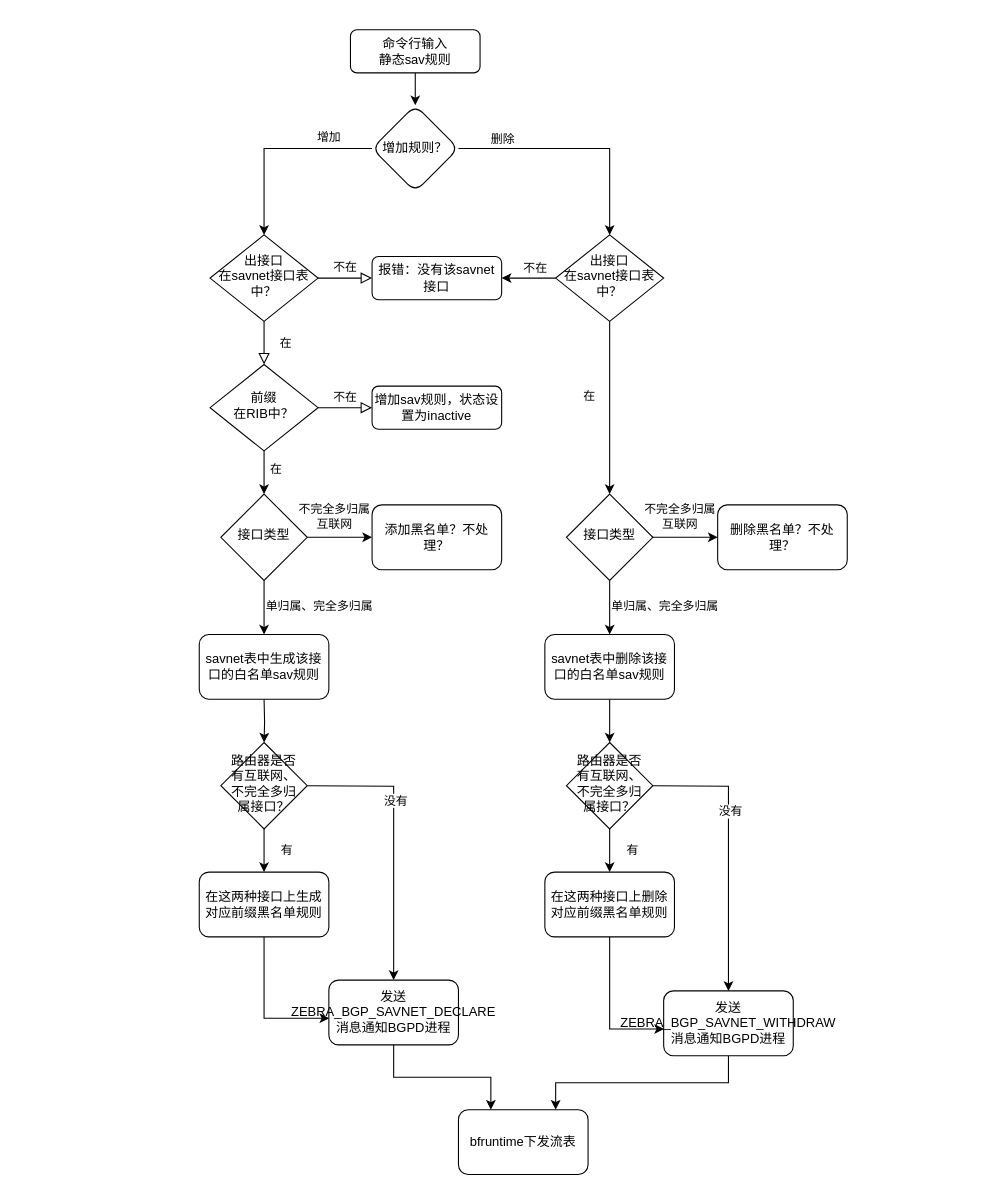
Earlier version of the draw.io diagram page "Page-1" (1 of 5) of 未命名绘图.drawio (Gxch2018/RDMA-Tutorial). Source tidied: cells renumbered, new cells numbered last; positions are measured from the earlier drawing's top-left corner, leaving out a move shared by most shapes. Both pictures are drawn from the tidied source at 108%, with x=0, y=0 at pixel (199, 29).
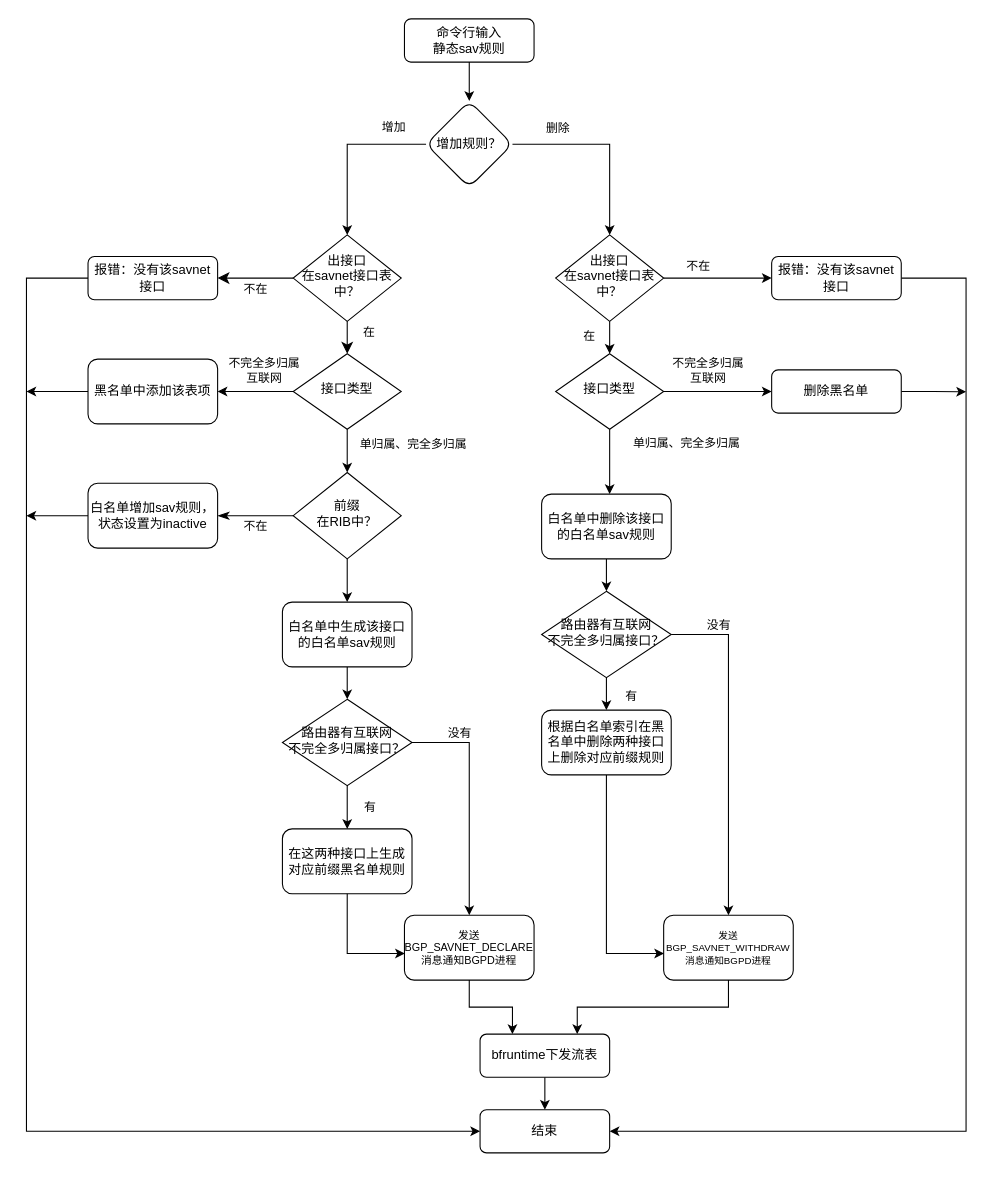
Above is the later version.

Commit message (it also covers changes not shown here):
更新未命名绘图.drawio

The change refers to these unchanged cells:
```xml
<mxCell id="14" style="edgeStyle=orthogonalEdgeStyle;rounded=0;jettySize=auto;html=1;entryX=0.5;entryY=0;entryDx=0;entryDy=0;" parent="1" edge="1" source="16" target="21">
  <mxGeometry relative="1" as="geometry" />
</mxCell>
<mxCell id="21" value="出接口&lt;br&gt;在savnet接口表中？" style="rhombus;whiteSpace=wrap;html=1;shadow=0;fontFamily=Helvetica;fontSize=12;align=center;strokeWidth=1;spacing=6;spacingTop=-4;" parent="1" vertex="1">
  <mxGeometry x="330" y="190" width="100" height="80" as="geometry" />
</mxCell>
```

The edit, as a diff of the source:
```diff
@@
-    <mxCell id="2" style="edgeStyle=orthogonalEdgeStyle;rounded=0;jettySize=auto;html=1;" parent="1" edge="1" source="3" target="16">
+    <mxCell id="2" style="edgeStyle=orthogonalEdgeStyle;rounded=0;jettySize=auto;html=1;exitX=0.5;exitY=1;exitDx=0;exitDy=0;" parent="1" edge="1" source="3" target="16">
       <mxGeometry relative="1" as="geometry" />
     </mxCell>
     <mxCell id="3" value="命令行输入&lt;br&gt;静态sav规则" style="rounded=1;whiteSpace=wrap;html=1;fontSize=12;glass=0;strokeWidth=1;shadow=0;" parent="1" vertex="1">
-      <mxGeometry x="140" width="120" height="40" as="geometry" />
+      <mxGeometry x="190" y="-10" width="120" height="40" as="geometry" />
     </mxCell>
-    <mxCell id="4" value="在" style="rounded=0;html=1;jettySize=auto;fontSize=11;endArrow=block;endFill=0;endSize=8;strokeWidth=1;shadow=0;labelBackgroundColor=none;edgeStyle=orthogonalEdgeStyle;" parent="1" edge="1" source="6" target="11">
-      <mxGeometry y="20" relative="1" as="geometry" />
+    <mxCell id="4" value="在" style="rounded=0;html=1;jettySize=auto;fontSize=11;endArrow=classic;endFill=1;endSize=8;strokeWidth=1;shadow=0;labelBackgroundColor=none;edgeStyle=orthogonalEdgeStyle;entryX=0.5;entryY=0;entryDx=0;entryDy=0;" parent="1" edge="1" source="6" target="26">
+      <mxGeometry x="0.2" y="20" relative="1" as="geometry" />
     </mxCell>
-    <mxCell id="5" value="不在" style="edgeStyle=orthogonalEdgeStyle;rounded=0;html=1;jettySize=auto;fontSize=11;endArrow=block;endFill=0;endSize=8;strokeWidth=1;shadow=0;labelBackgroundColor=none;" parent="1" edge="1" source="6" target="7">
+    <mxCell id="5" value="不在" style="edgeStyle=orthogonalEdgeStyle;rounded=0;html=1;jettySize=auto;fontSize=11;endArrow=classic;endFill=1;endSize=8;strokeWidth=1;shadow=0;labelBackgroundColor=none;" parent="1" edge="1" source="6" target="7">
       <mxGeometry y="10" relative="1" as="geometry" />
     </mxCell>
     <mxCell id="6" value="出接口&lt;br&gt;在savnet接口表中？" style="rhombus;whiteSpace=wrap;html=1;shadow=0;fontFamily=Helvetica;fontSize=12;align=center;strokeWidth=1;spacing=6;spacingTop=-4;" parent="1" vertex="1">
-      <mxGeometry x="10" y="190" width="100" height="80" as="geometry" />
+      <mxGeometry x="87" y="190" width="100" height="80" as="geometry" />
     </mxCell>
     <mxCell id="7" value="报错：没有该savnet接口" style="rounded=1;whiteSpace=wrap;html=1;fontSize=12;glass=0;strokeWidth=1;shadow=0;" parent="1" vertex="1">
-      <mxGeometry x="160" y="210" width="120" height="40" as="geometry" />
+      <mxGeometry x="-103" y="210" width="120" height="40" as="geometry" />
     </mxCell>
-    <mxCell id="8" value="不在" style="edgeStyle=orthogonalEdgeStyle;rounded=0;html=1;jettySize=auto;fontSize=11;endArrow=block;endFill=0;endSize=8;strokeWidth=1;shadow=0;labelBackgroundColor=none;" parent="1" edge="1" source="11" target="12">
-      <mxGeometry y="10" relative="1" as="geometry" />
-    </mxCell>
-    <mxCell id="9" style="edgeStyle=orthogonalEdgeStyle;rounded=0;jettySize=auto;html=1;" parent="1" edge="1" source="11" target="26">
-      <mxGeometry relative="1" as="geometry" />
-    </mxCell>
-    <mxCell id="10" value="在" style="edgeLabel;html=1;align=center;verticalAlign=middle;" parent="9" vertex="1">
-      <mxGeometry x="-0.19" y="3" relative="1" as="geometry">
-        <mxPoint x="7" as="offset" />
-      </mxGeometry>
-    </mxCell>
-    <mxCell id="11" value="前缀&lt;br&gt;在RIB中？" style="rhombus;whiteSpace=wrap;html=1;shadow=0;fontFamily=Helvetica;fontSize=12;align=center;strokeWidth=1;spacing=6;spacingTop=-4;" parent="1" vertex="1">
-      <mxGeometry x="10" y="310" width="100" height="80" as="geometry" />
-    </mxCell>
-    <mxCell id="12" value="增加sav规则，状态设置为inactive" style="rounded=1;whiteSpace=wrap;html=1;fontSize=12;glass=0;strokeWidth=1;shadow=0;" parent="1" vertex="1">
-      <mxGeometry x="160" y="330" width="120" height="40" as="geometry" />
-    </mxCell>
     <mxCell id="13" value="增加" style="edgeStyle=orthogonalEdgeStyle;rounded=0;jettySize=auto;html=1;entryX=0.5;entryY=0;entryDx=0;entryDy=0;" parent="1" edge="1" source="16" target="6">
-      <mxGeometry x="-0.56" y="-10" relative="1" as="geometry" />
+      <mxGeometry x="-0.62" y="-16" relative="1" as="geometry" />
     </mxCell>
@@
     <mxCell id="15" value="删除" style="edgeLabel;html=1;align=center;verticalAlign=middle;" parent="14" vertex="1">
       <mxGeometry x="-0.04" y="1" relative="1" as="geometry">
-        <mxPoint x="-66" y="-9" as="offset" />
+        <mxPoint x="-43" y="-15" as="offset" />
       </mxGeometry>
     </mxCell>
     <mxCell id="16" value="增加规则？" style="rhombus;whiteSpace=wrap;html=1;rounded=1;glass=0;strokeWidth=1;shadow=0;" parent="1" vertex="1">
-      <mxGeometry x="160" y="70" width="80" height="80" as="geometry" />
+      <mxGeometry x="210" y="66" width="80" height="80" as="geometry" />
     </mxCell>
-    <mxCell id="17" style="edgeStyle=orthogonalEdgeStyle;rounded=0;jettySize=auto;html=1;" parent="1" edge="1" source="21" target="7">
+    <mxCell id="17" style="edgeStyle=orthogonalEdgeStyle;rounded=0;jettySize=auto;html=1;exitX=1;exitY=0.5;exitDx=0;exitDy=0;entryX=0;entryY=0.5;entryDx=0;entryDy=0;" parent="1" edge="1" source="21" target="64">
       <mxGeometry relative="1" as="geometry" />
     </mxCell>
@@
-    <mxCell id="22" style="edgeStyle=orthogonalEdgeStyle;rounded=0;jettySize=auto;html=1;" parent="1" edge="1" source="26">
-      <mxGeometry relative="1" as="geometry">
-        <mxPoint x="160" y="470" as="targetPoint" />
-      </mxGeometry>
+    <mxCell id="22" style="edgeStyle=orthogonalEdgeStyle;rounded=0;jettySize=auto;html=1;entryX=1;entryY=0.5;entryDx=0;entryDy=0;" parent="1" edge="1" source="26" target="33">
+      <mxGeometry relative="1" as="geometry" />
     </mxCell>
@@
-    <mxCell id="24" style="edgeStyle=orthogonalEdgeStyle;rounded=0;jettySize=auto;html=1;" parent="1" edge="1" source="26">
-      <mxGeometry relative="1" as="geometry">
-        <mxPoint x="60" y="560" as="targetPoint" />
-      </mxGeometry>
+    <mxCell id="24" style="edgeStyle=orthogonalEdgeStyle;rounded=0;jettySize=auto;html=1;" parent="1" edge="1" source="26" target="11">
+      <mxGeometry relative="1" as="geometry" />
     </mxCell>
     <mxCell id="25" value="单归属、完全多归属" style="edgeLabel;html=1;align=center;verticalAlign=middle;" parent="24" vertex="1">
-      <mxGeometry x="-0.07" relative="1" as="geometry">
-        <mxPoint x="50" as="offset" />
+      <mxGeometry relative="1" as="geometry">
+        <mxPoint x="60" y="-7" as="offset" />
       </mxGeometry>
     </mxCell>
     <mxCell id="26" value="接口类型" style="rhombus;whiteSpace=wrap;html=1;shadow=0;strokeWidth=1;spacing=6;spacingTop=-4;" parent="1" vertex="1">
-      <mxGeometry x="20" y="430" width="80" height="80" as="geometry" />
+      <mxGeometry x="87" y="300" width="100" height="70" as="geometry" />
     </mxCell>
-    <mxCell id="27" style="edgeStyle=orthogonalEdgeStyle;rounded=0;jettySize=auto;html=1;" parent="1" edge="1" target="32">
-      <mxGeometry relative="1" as="geometry">
-        <mxPoint x="60" y="620" as="sourcePoint" />
-      </mxGeometry>
+    <mxCell id="27" style="edgeStyle=orthogonalEdgeStyle;rounded=0;jettySize=auto;html=1;exitX=0.5;exitY=1;exitDx=0;exitDy=0;" parent="1" edge="1" source="34" target="32">
+      <mxGeometry relative="1" as="geometry" />
     </mxCell>
-    <mxCell id="28" style="edgeStyle=orthogonalEdgeStyle;rounded=0;jettySize=auto;html=1;" parent="1" edge="1" source="32">
-      <mxGeometry relative="1" as="geometry">
-        <mxPoint x="60" y="780" as="targetPoint" />
-      </mxGeometry>
+    <mxCell id="28" style="edgeStyle=orthogonalEdgeStyle;rounded=0;jettySize=auto;html=1;" parent="1" edge="1" source="32" target="35">
+      <mxGeometry relative="1" as="geometry" />
     </mxCell>
@@
-    <mxCell id="30" style="edgeStyle=orthogonalEdgeStyle;rounded=0;jettySize=auto;html=1;entryX=0.5;entryY=0;entryDx=0;entryDy=0;" parent="1" edge="1" target="37">
-      <mxGeometry relative="1" as="geometry">
-        <mxPoint x="100" y="700" as="sourcePoint" />
-      </mxGeometry>
+    <mxCell id="30" style="edgeStyle=orthogonalEdgeStyle;rounded=0;jettySize=auto;html=1;entryX=0.5;entryY=0;entryDx=0;entryDy=0;exitX=1;exitY=0.5;exitDx=0;exitDy=0;" parent="1" edge="1" source="32" target="37">
+      <mxGeometry relative="1" as="geometry" />
     </mxCell>
     <mxCell id="31" value="没有" style="edgeLabel;html=1;align=center;verticalAlign=middle;" parent="30" vertex="1">
-      <mxGeometry x="-0.28" y="1" relative="1" as="geometry" />
+      <mxGeometry x="-0.28" y="1" relative="1" as="geometry">
+        <mxPoint x="-11" y="-34" as="offset" />
+      </mxGeometry>
     </mxCell>
-    <mxCell id="32" value="路由器是否有互联网、不完全多归属接口？" style="rhombus;whiteSpace=wrap;html=1;shadow=0;strokeWidth=1;spacing=6;spacingTop=-4;" parent="1" vertex="1">
-      <mxGeometry x="20" y="660" width="80" height="80" as="geometry" />
+    <mxCell id="32" value="路由器有互联网&lt;br&gt;不完全多归属接口？" style="rhombus;whiteSpace=wrap;html=1;shadow=0;strokeWidth=1;spacing=6;spacingTop=-4;" parent="1" vertex="1">
+      <mxGeometry x="77" y="620" width="120" height="80" as="geometry" />
     </mxCell>
+    <mxCell id="57" style="edgeStyle=orthogonalEdgeStyle;rounded=0;jettySize=auto;html=1;" parent="1" edge="1" source="33">
+      <mxGeometry relative="1" as="geometry">
+        <mxPoint x="-160" y="335" as="targetPoint" />
+      </mxGeometry>
+    </mxCell>
-    <mxCell id="33" value="添加黑名单？不处理？" style="rounded=1;whiteSpace=wrap;html=1;" parent="1" vertex="1">
-      <mxGeometry x="160" y="440" width="120" height="60" as="geometry" />
+    <mxCell id="33" value="黑名单中添加该表项" style="rounded=1;whiteSpace=wrap;html=1;" parent="1" vertex="1">
+      <mxGeometry x="-103" y="305" width="120" height="60" as="geometry" />
     </mxCell>
-    <mxCell id="34" value="savnet表中生成该接口的白名单sav规则" style="rounded=1;whiteSpace=wrap;html=1;" parent="1" vertex="1">
-      <mxGeometry y="560" width="120" height="60" as="geometry" />
+    <mxCell id="34" value="白名单中生成该接口的白名单sav规则" style="rounded=1;whiteSpace=wrap;html=1;" parent="1" vertex="1">
+      <mxGeometry x="77" y="530" width="120" height="60" as="geometry" />
     </mxCell>
     <mxCell id="35" value="在这两种接口上生成对应前缀黑名单规则" style="rounded=1;whiteSpace=wrap;html=1;" parent="1" vertex="1">
-      <mxGeometry y="780" width="120" height="60" as="geometry" />
+      <mxGeometry x="77" y="740" width="120" height="60" as="geometry" />
     </mxCell>
@@
-    <mxCell id="37" value="发送ZEBRA_BGP_SAVNET_DECLARE消息通知BGPD进程" style="rounded=1;whiteSpace=wrap;html=1;" parent="1" vertex="1">
-      <mxGeometry x="120" y="880" width="120" height="60" as="geometry" />
+    <mxCell id="37" value="发送BGP_SAVNET_DECLARE消息通知BGPD进程" style="rounded=1;whiteSpace=wrap;html=1;fontSize=10;" parent="1" vertex="1">
+      <mxGeometry x="190" y="820" width="120" height="60" as="geometry" />
     </mxCell>
@@
+    <mxCell id="58" style="edgeStyle=orthogonalEdgeStyle;rounded=0;jettySize=auto;html=1;" parent="1" edge="1" source="39" target="65">
+      <mxGeometry relative="1" as="geometry" />
+    </mxCell>
     <mxCell id="39" value="bfruntime下发流表" style="rounded=1;whiteSpace=wrap;html=1;" parent="1" vertex="1">
-      <mxGeometry x="240" y="1000" width="120" height="60" as="geometry" />
+      <mxGeometry x="260" y="930" width="120" height="40" as="geometry" />
     </mxCell>
-    <mxCell id="40" style="edgeStyle=orthogonalEdgeStyle;rounded=0;jettySize=auto;html=1;" parent="1" edge="1" source="44">
-      <mxGeometry relative="1" as="geometry">
-        <mxPoint x="480" y="470" as="targetPoint" />
-      </mxGeometry>
+    <mxCell id="40" style="edgeStyle=orthogonalEdgeStyle;rounded=0;jettySize=auto;html=1;entryX=0;entryY=0.5;entryDx=0;entryDy=0;" parent="1" edge="1" source="44" target="45">
+      <mxGeometry relative="1" as="geometry" />
     </mxCell>
@@
     <mxCell id="42" style="edgeStyle=orthogonalEdgeStyle;rounded=0;jettySize=auto;html=1;" parent="1" edge="1" source="44">
       <mxGeometry relative="1" as="geometry">
-        <mxPoint x="380" y="560" as="targetPoint" />
+        <mxPoint x="380" y="430" as="targetPoint" />
       </mxGeometry>
     </mxCell>
     <mxCell id="43" value="单归属、完全多归属" style="edgeLabel;html=1;align=center;verticalAlign=middle;" parent="42" vertex="1">
-      <mxGeometry x="-0.07" relative="1" as="geometry">
-        <mxPoint x="50" as="offset" />
+      <mxGeometry relative="1" as="geometry">
+        <mxPoint x="70" y="-18" as="offset" />
       </mxGeometry>
     </mxCell>
     <mxCell id="44" value="接口类型" style="rhombus;whiteSpace=wrap;html=1;shadow=0;strokeWidth=1;spacing=6;spacingTop=-4;" parent="1" vertex="1">
-      <mxGeometry x="340" y="430" width="80" height="80" as="geometry" />
+      <mxGeometry x="330" y="300" width="100" height="70" as="geometry" />
     </mxCell>
+    <mxCell id="59" style="edgeStyle=orthogonalEdgeStyle;rounded=0;jettySize=auto;html=1;exitX=1;exitY=0.5;exitDx=0;exitDy=0;" parent="1" edge="1" source="45">
+      <mxGeometry relative="1" as="geometry">
+        <mxPoint x="710" y="335.2" as="targetPoint" />
+      </mxGeometry>
+    </mxCell>
-    <mxCell id="45" value="删除黑名单？不处理？" style="rounded=1;whiteSpace=wrap;html=1;" parent="1" vertex="1">
-      <mxGeometry x="480" y="440" width="120" height="60" as="geometry" />
+    <mxCell id="45" value="删除黑名单" style="rounded=1;whiteSpace=wrap;html=1;" parent="1" vertex="1">
+      <mxGeometry x="530" y="315" width="120" height="40" as="geometry" />
     </mxCell>
@@
-    <mxCell id="47" value="savnet表中删除该接口的白名单sav规则" style="rounded=1;whiteSpace=wrap;html=1;" parent="1" vertex="1">
-      <mxGeometry x="320" y="560" width="120" height="60" as="geometry" />
+    <mxCell id="47" value="白名单中删除该接口的白名单sav规则" style="rounded=1;whiteSpace=wrap;html=1;" parent="1" vertex="1">
+      <mxGeometry x="317" y="430" width="120" height="60" as="geometry" />
     </mxCell>
-    <mxCell id="48" style="edgeStyle=orthogonalEdgeStyle;rounded=0;jettySize=auto;html=1;" parent="1" edge="1" source="52">
-      <mxGeometry relative="1" as="geometry">
-        <mxPoint x="380" y="780" as="targetPoint" />
-      </mxGeometry>
+    <mxCell id="48" style="edgeStyle=orthogonalEdgeStyle;rounded=0;jettySize=auto;html=1;entryX=0.5;entryY=0;entryDx=0;entryDy=0;" parent="1" edge="1" source="52" target="53">
+      <mxGeometry relative="1" as="geometry" />
     </mxCell>
@@
-    <mxCell id="50" style="edgeStyle=orthogonalEdgeStyle;rounded=0;jettySize=auto;html=1;entryX=0.5;entryY=0;entryDx=0;entryDy=0;" parent="1" edge="1" target="55">
-      <mxGeometry relative="1" as="geometry">
-        <mxPoint x="420" y="700" as="sourcePoint" />
-      </mxGeometry>
+    <mxCell id="50" style="edgeStyle=orthogonalEdgeStyle;rounded=0;jettySize=auto;html=1;entryX=0.5;entryY=0;entryDx=0;entryDy=0;exitX=1;exitY=0.5;exitDx=0;exitDy=0;" parent="1" edge="1" source="52" target="55">
+      <mxGeometry relative="1" as="geometry" />
     </mxCell>
     <mxCell id="51" value="没有" style="edgeLabel;html=1;align=center;verticalAlign=middle;" parent="50" vertex="1">
-      <mxGeometry x="-0.28" y="1" relative="1" as="geometry" />
+      <mxGeometry x="-0.28" y="1" relative="1" as="geometry">
+        <mxPoint x="-11" y="-70" as="offset" />
+      </mxGeometry>
     </mxCell>
-    <mxCell id="52" value="路由器是否有互联网、不完全多归属接口？" style="rhombus;whiteSpace=wrap;html=1;shadow=0;strokeWidth=1;spacing=6;spacingTop=-4;" parent="1" vertex="1">
-      <mxGeometry x="340" y="660" width="80" height="80" as="geometry" />
+    <mxCell id="52" value="路由器有互联网&lt;br&gt;不完全多归属接口？" style="rhombus;whiteSpace=wrap;html=1;shadow=0;strokeWidth=1;spacing=6;spacingTop=-4;" parent="1" vertex="1">
+      <mxGeometry x="317" y="520" width="120" height="80" as="geometry" />
     </mxCell>
-    <mxCell id="53" value="在这两种接口上删除对应前缀黑名单规则" style="rounded=1;whiteSpace=wrap;html=1;" parent="1" vertex="1">
-      <mxGeometry x="320" y="780" width="120" height="60" as="geometry" />
+    <mxCell id="53" value="根据白名单索引在黑名单中删除两种接口上删除对应前缀规则" style="rounded=1;whiteSpace=wrap;html=1;" parent="1" vertex="1">
+      <mxGeometry x="317" y="630" width="120" height="60" as="geometry" />
     </mxCell>
@@
-    <mxCell id="55" value="发送ZEBRA_BGP_SAVNET_WITHDRAW消息通知BGPD进程" style="rounded=1;whiteSpace=wrap;html=1;" parent="1" vertex="1">
-      <mxGeometry x="430" y="890" width="120" height="60" as="geometry" />
+    <mxCell id="55" value="&lt;font style=&quot;font-size: 9px;&quot;&gt;发送BGP_SAVNET_WITHDRAW消息通知BGPD进程&lt;/font&gt;" style="rounded=1;whiteSpace=wrap;html=1;fontSize=10;" parent="1" vertex="1">
+      <mxGeometry x="430" y="820" width="120" height="60" as="geometry" />
     </mxCell>
@@
+    <mxCell id="8" value="不在" style="edgeStyle=orthogonalEdgeStyle;rounded=0;html=1;jettySize=auto;fontSize=11;endArrow=classicThin;endFill=1;endSize=8;strokeWidth=1;shadow=0;labelBackgroundColor=none;" parent="1" edge="1" source="11" target="62">
+      <mxGeometry y="10" relative="1" as="geometry" />
+    </mxCell>
+    <mxCell id="60" style="edgeStyle=orthogonalEdgeStyle;rounded=0;jettySize=auto;html=1;exitX=0.5;exitY=1;exitDx=0;exitDy=0;" parent="1" edge="1" source="11" target="34">
+      <mxGeometry relative="1" as="geometry" />
+    </mxCell>
+    <mxCell id="11" value="前缀&lt;br&gt;在RIB中？" style="rhombus;whiteSpace=wrap;html=1;shadow=0;fontFamily=Helvetica;fontSize=12;align=center;strokeWidth=1;spacing=6;spacingTop=-4;" parent="1" vertex="1">
+      <mxGeometry x="87" y="410" width="100" height="80" as="geometry" />
+    </mxCell>
+    <mxCell id="61" style="edgeStyle=orthogonalEdgeStyle;rounded=0;jettySize=auto;html=1;" parent="1" edge="1" source="62">
+      <mxGeometry relative="1" as="geometry">
+        <mxPoint x="-160" y="450" as="targetPoint" />
+      </mxGeometry>
+    </mxCell>
+    <mxCell id="62" value="白名单增加sav规则，状态设置为inactive" style="rounded=1;whiteSpace=wrap;html=1;fontSize=12;glass=0;strokeWidth=1;shadow=0;" parent="1" vertex="1">
+      <mxGeometry x="-103" y="420" width="120" height="60" as="geometry" />
+    </mxCell>
+    <mxCell id="63" style="edgeStyle=orthogonalEdgeStyle;rounded=0;jettySize=auto;html=1;entryX=1;entryY=0.5;entryDx=0;entryDy=0;" parent="1" edge="1" source="64" target="65">
+      <mxGeometry relative="1" as="geometry">
+        <Array as="points">
+          <mxPoint x="710" y="230" />
+          <mxPoint x="710" y="1020" />
+        </Array>
+      </mxGeometry>
+    </mxCell>
+    <mxCell id="64" value="报错：没有该savnet接口" style="rounded=1;whiteSpace=wrap;html=1;fontSize=12;glass=0;strokeWidth=1;shadow=0;" parent="1" vertex="1">
+      <mxGeometry x="530" y="210" width="120" height="40" as="geometry" />
+    </mxCell>
+    <mxCell id="65" value="结束" style="rounded=1;whiteSpace=wrap;html=1;" parent="1" vertex="1">
+      <mxGeometry x="260" y="1000" width="120" height="40" as="geometry" />
+    </mxCell>
+    <mxCell id="66" style="edgeStyle=orthogonalEdgeStyle;rounded=0;jettySize=auto;html=1;exitX=0;exitY=0.5;exitDx=0;exitDy=0;entryX=0;entryY=0.5;entryDx=0;entryDy=0;" parent="1" edge="1" source="7" target="65">
+      <mxGeometry relative="1" as="geometry">
+        <Array as="points">
+          <mxPoint x="-160" y="230" />
+          <mxPoint x="-160" y="1020" />
+        </Array>
+      </mxGeometry>
+    </mxCell>
```
